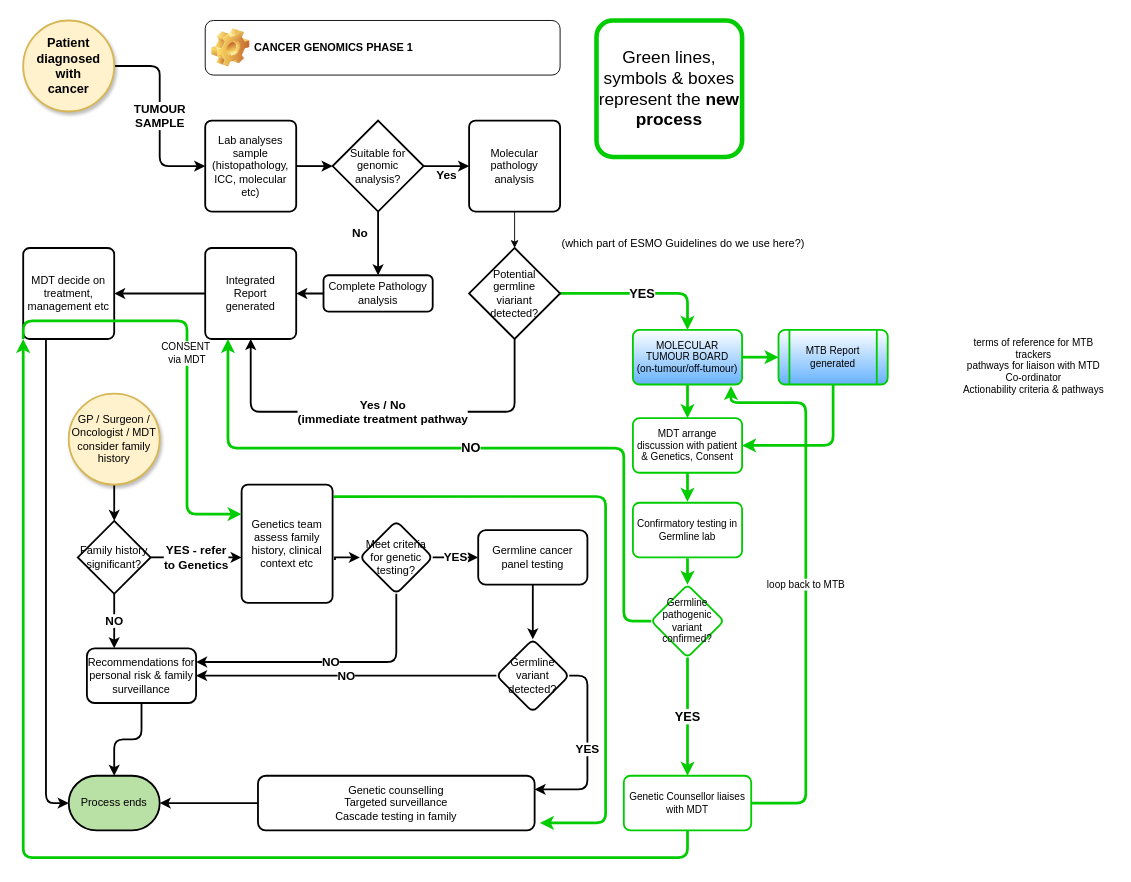
mckeelab/cancerflow keeps this draw.io diagram as BasicCancerFlow_Phase1.drawio. Above is the earlier version. Source tidied: cells renumbered, new cells numbered last; positions are measured from the earlier drawing's top-left corner, leaving out a move shared by most shapes. Both pictures are drawn from the tidied source at 91%, with x=0, y=0 at pixel (23, 20).
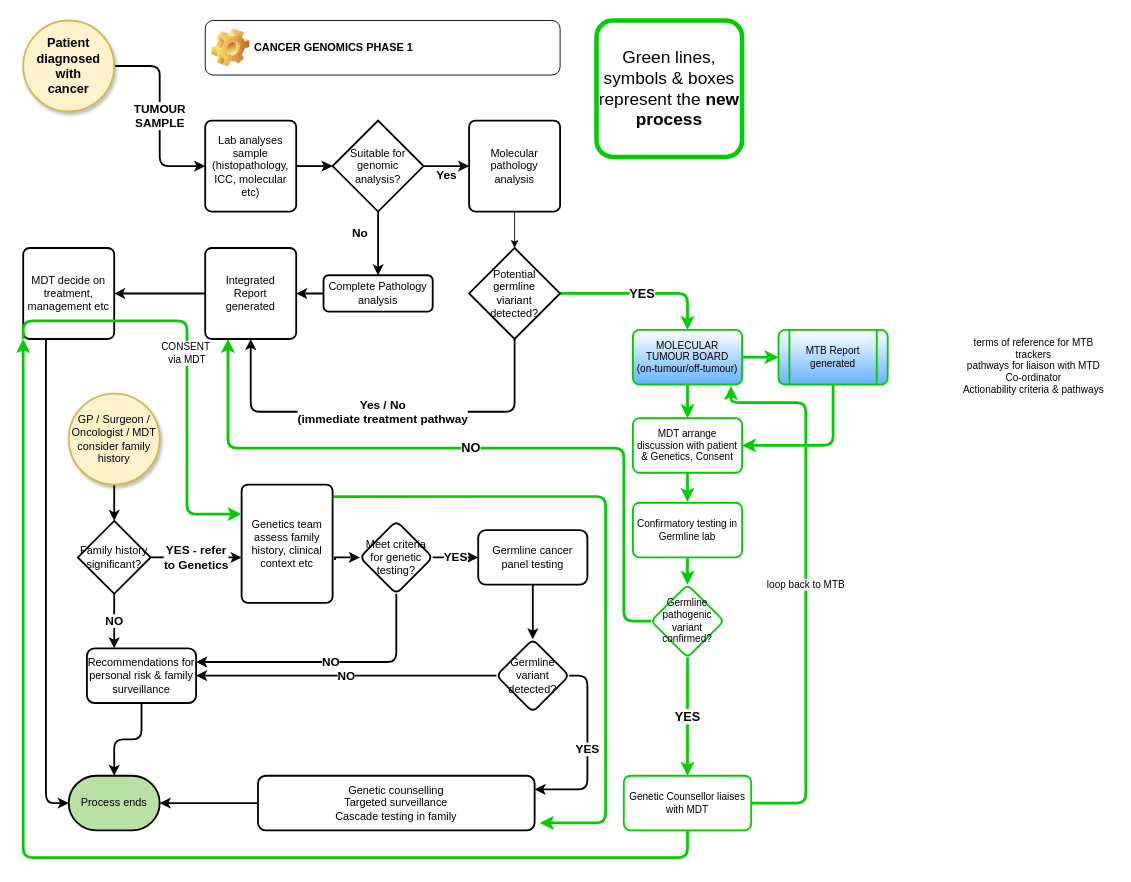
Above is the later version.

Diff of the diagram source:
```diff
@@
-    <mxCell id="58" value="(which part of ESMO Guidelines do we use here?)" style="text;html=1;align=center;verticalAlign=middle;strokeColor=none;fillColor=none;" parent="1" vertex="1">
-      <mxGeometry x="580" y="230" width="290" height="30" as="geometry" />
-    </mxCell>
```
